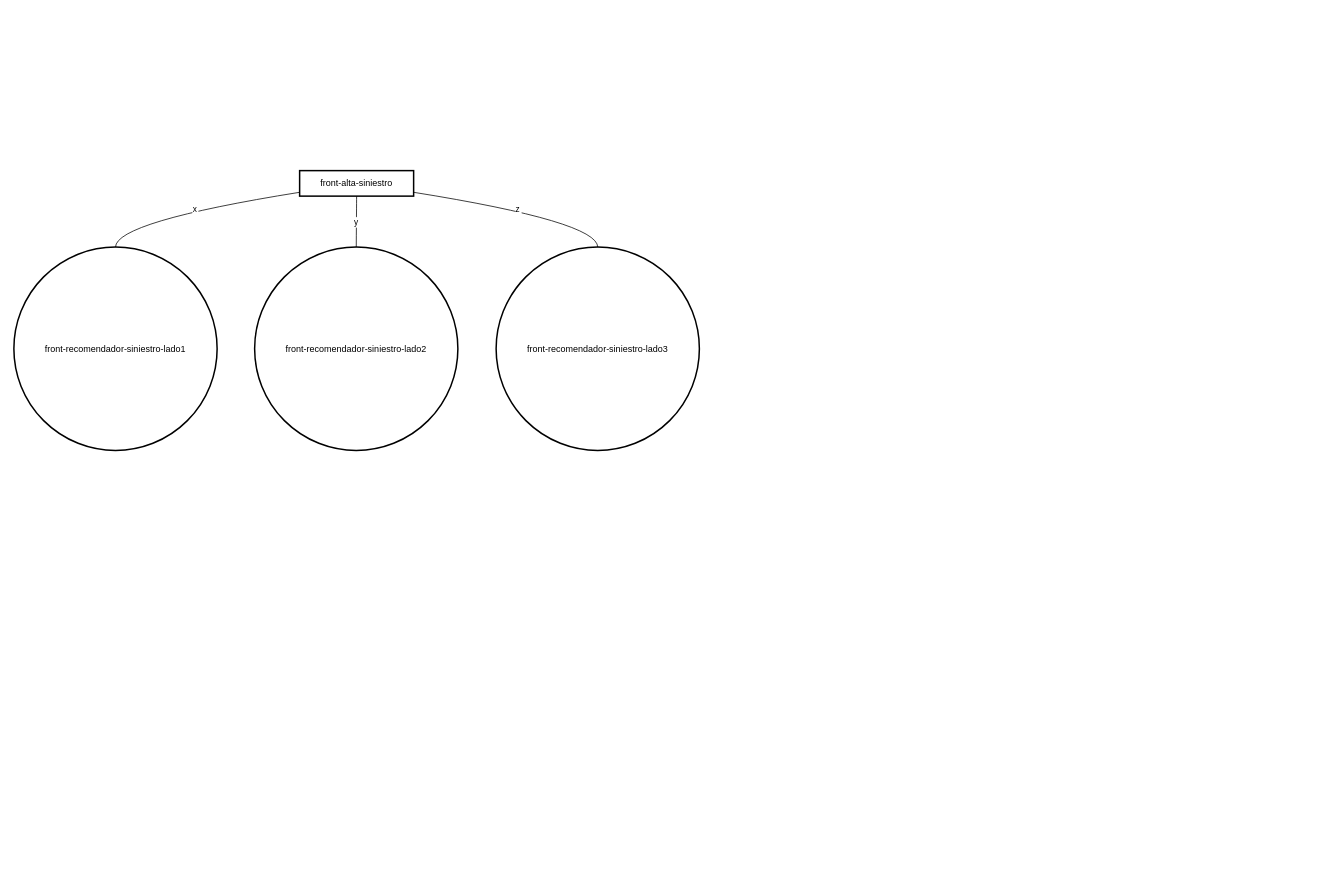
gcorroto/docs keeps this draw.io diagram as reco_logic.drawio. Above is the earlier version. Source tidied: cells renumbered, new cells numbered last; positions are measured from the earlier drawing's top-left corner, leaving out a move shared by most shapes. Both pictures are drawn from the tidied source at 75%, with x=0, y=0 at pixel (14, 170).
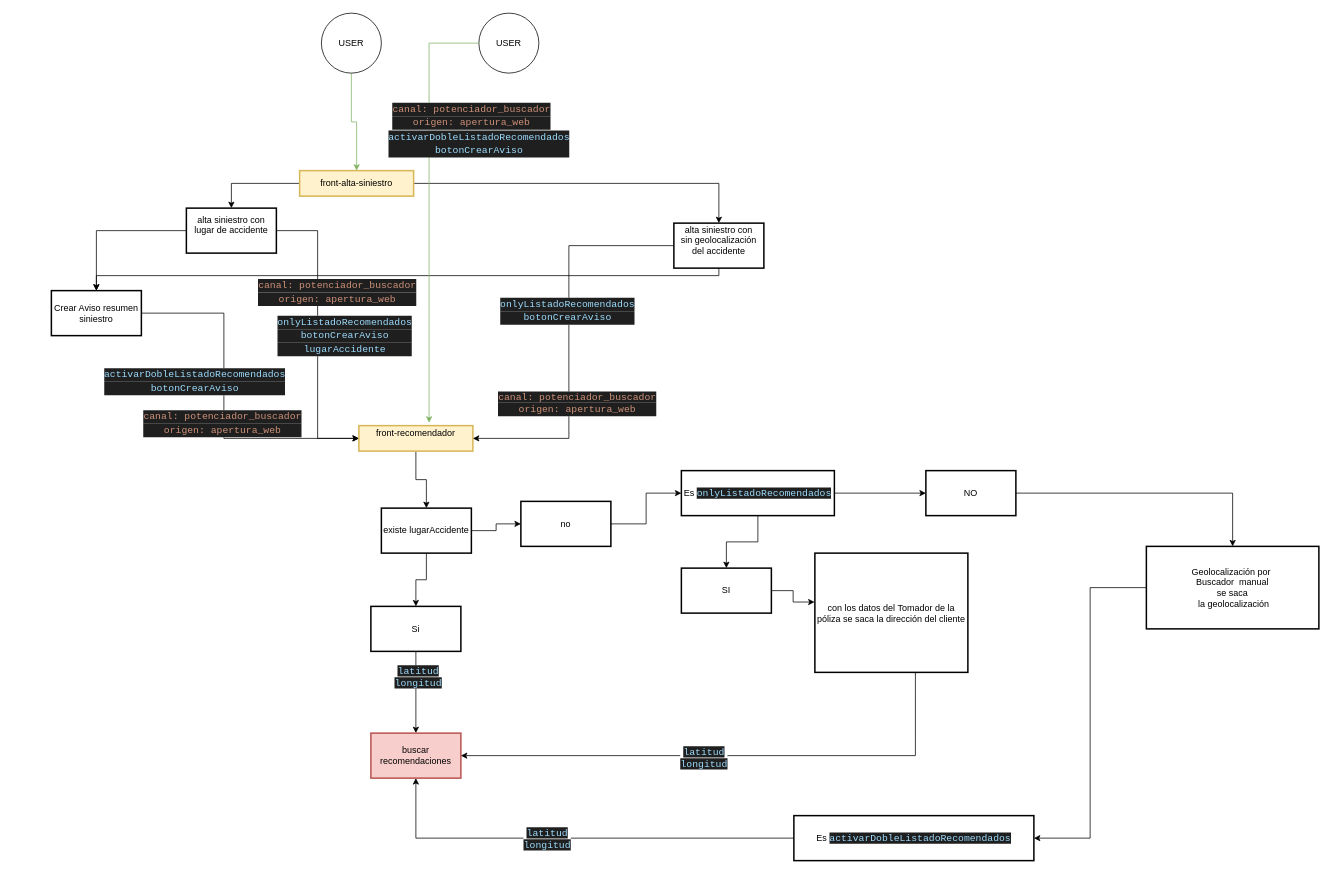
The same diagram, later.

Diff of the diagram source:
```diff
@@
+    <mxCell id="9" style="edgeStyle=orthogonalEdgeStyle;rounded=0;jettySize=auto;html=1;" parent="1" edge="1" source="2" target="17">
+      <mxGeometry relative="1" as="geometry" />
+    </mxCell>
+    <mxCell id="10" style="edgeStyle=orthogonalEdgeStyle;rounded=0;jettySize=auto;html=1;" parent="1" edge="1" source="2" target="23">
+      <mxGeometry relative="1" as="geometry" />
+    </mxCell>
-    <mxCell id="2" value="front-alta-siniestro" style="whiteSpace=wrap;strokeWidth=2;" parent="1" vertex="1">
+    <mxCell id="2" value="front-alta-siniestro" style="whiteSpace=wrap;strokeWidth=2;fillColor=#fff2cc;strokeColor=#d6b656;" parent="1" vertex="1">
       <mxGeometry x="381" width="152" height="34" as="geometry" />
     </mxCell>
-    <mxCell id="3" value="front-recomendador-siniestro-lado1" style="ellipse;strokeWidth=2;whiteSpace=wrap;" parent="1" vertex="1">
-      <mxGeometry y="102" width="271" height="271" as="geometry" />
-    </mxCell>
-    <mxCell id="4" value="front-recomendador-siniestro-lado2" style="ellipse;strokeWidth=2;whiteSpace=wrap;" parent="1" vertex="1">
-      <mxGeometry x="321" y="102" width="271" height="271" as="geometry" />
-    </mxCell>
-    <mxCell id="5" value="front-recomendador-siniestro-lado3" style="ellipse;strokeWidth=2;whiteSpace=wrap;" parent="1" vertex="1">
-      <mxGeometry x="643" y="102" width="271" height="271" as="geometry" />
-    </mxCell>
-    <mxCell id="6" value="x" style="curved=1;startArrow=none;endArrow=none;exitX=0;exitY=0.85;entryX=0.5;entryY=0;" parent="1" edge="1" source="2" target="3">
-      <mxGeometry relative="1" as="geometry">
-        <Array as="points">
-          <mxPoint x="136" y="68" />
-        </Array>
-      </mxGeometry>
-    </mxCell>
-    <mxCell id="7" value="y" style="curved=1;startArrow=none;endArrow=none;exitX=0.5;exitY=0.99;entryX=0.5;entryY=0;" parent="1" edge="1" source="2" target="4">
-      <mxGeometry relative="1" as="geometry" />
-    </mxCell>
-    <mxCell id="8" value="z" style="curved=1;startArrow=none;endArrow=none;exitX=1;exitY=0.85;entryX=0.5;entryY=0;" parent="1" edge="1" source="2" target="5">
-      <mxGeometry relative="1" as="geometry">
-        <Array as="points">
-          <mxPoint x="778" y="68" />
-        </Array>
-      </mxGeometry>
-    </mxCell>
+    <mxCell id="11" style="edgeStyle=orthogonalEdgeStyle;rounded=0;jettySize=auto;html=1;" parent="1" edge="1" source="12" target="31">
+      <mxGeometry relative="1" as="geometry" />
+    </mxCell>
+    <mxCell id="12" value="front-recomendador&#10;" style="whiteSpace=wrap;strokeWidth=2;fillColor=#fff2cc;strokeColor=#d6b656;" parent="1" vertex="1">
+      <mxGeometry x="460" y="340" width="152" height="34" as="geometry" />
+    </mxCell>
+    <mxCell id="13" style="edgeStyle=orthogonalEdgeStyle;rounded=0;jettySize=auto;html=1;entryX=0;entryY=0.5;entryDx=0;entryDy=0;" parent="1" edge="1" source="17" target="12">
+      <mxGeometry relative="1" as="geometry" />
+    </mxCell>
+    <mxCell id="14" value="&lt;div style=&quot;color: rgb(204, 204, 204); background-color: rgb(31, 31, 31); font-family: Consolas, &amp;quot;Courier New&amp;quot;, monospace; font-size: 13px; line-height: 18px; white-space-collapse: preserve;&quot;&gt;&lt;span style=&quot;color: #9cdcfe;&quot;&gt;onlyListadoRecomendados&lt;/span&gt;&lt;/div&gt;&lt;div style=&quot;color: rgb(204, 204, 204); background-color: rgb(31, 31, 31); font-family: Consolas, &amp;quot;Courier New&amp;quot;, monospace; font-size: 13px; line-height: 18px; white-space-collapse: preserve;&quot;&gt;&lt;span style=&quot;color: rgb(156, 220, 254);&quot;&gt;botonCrearAviso&lt;/span&gt;&lt;span style=&quot;color: #9cdcfe;&quot;&gt;&lt;br&gt;&lt;/span&gt;&lt;/div&gt;&lt;div style=&quot;color: rgb(204, 204, 204); background-color: rgb(31, 31, 31); font-family: Consolas, &amp;quot;Courier New&amp;quot;, monospace; font-size: 13px; line-height: 18px; white-space-collapse: preserve;&quot;&gt;&lt;span style=&quot;color: #9cdcfe;&quot;&gt;lugarAccidente&lt;/span&gt;&lt;/div&gt;" style="edgeLabel;html=1;align=center;verticalAlign=middle;" parent="13" vertex="1">
+      <mxGeometry x="-0.07" y="1" relative="1" as="geometry">
+        <mxPoint x="34" y="14" as="offset" />
+      </mxGeometry>
+    </mxCell>
+    <mxCell id="15" value="&lt;div style=&quot;color: rgb(204, 204, 204); background-color: rgb(31, 31, 31); font-family: Consolas, &amp;quot;Courier New&amp;quot;, monospace; font-size: 13px; line-height: 18px; white-space-collapse: preserve;&quot;&gt;&lt;span style=&quot;color: #ce9178;&quot;&gt;canal: potenciador_buscador&lt;/span&gt;&lt;/div&gt;&lt;div style=&quot;color: rgb(204, 204, 204); background-color: rgb(31, 31, 31); font-family: Consolas, &amp;quot;Courier New&amp;quot;, monospace; font-size: 13px; line-height: 18px; white-space-collapse: preserve;&quot;&gt;&lt;span style=&quot;color: #ce9178;&quot;&gt;origen: &lt;/span&gt;&lt;span style=&quot;color: rgb(206, 145, 120);&quot;&gt;apertura_web&lt;/span&gt;&lt;/div&gt;" style="edgeLabel;html=1;align=center;verticalAlign=middle;" parent="13" vertex="1">
+      <mxGeometry x="-0.55" y="3" relative="1" as="geometry">
+        <mxPoint x="22" y="49" as="offset" />
+      </mxGeometry>
+    </mxCell>
+    <mxCell id="16" style="edgeStyle=orthogonalEdgeStyle;rounded=0;jettySize=auto;html=1;" parent="1" edge="1" source="17" target="28">
+      <mxGeometry relative="1" as="geometry" />
+    </mxCell>
+    <mxCell id="17" value="alta siniestro con&lt;div&gt;lugar de accidente&lt;/div&gt;&lt;div&gt;&lt;br&gt;&lt;/div&gt;" style="whiteSpace=wrap;html=1;strokeWidth=2;" parent="1" vertex="1">
+      <mxGeometry x="230" y="50" width="120" height="60" as="geometry" />
+    </mxCell>
+    <mxCell id="18" style="edgeStyle=orthogonalEdgeStyle;rounded=0;jettySize=auto;html=1;entryX=1;entryY=0.5;entryDx=0;entryDy=0;" parent="1" edge="1" source="23" target="12">
+      <mxGeometry relative="1" as="geometry">
+        <Array as="points">
+          <mxPoint x="740" y="100" />
+          <mxPoint x="740" y="357" />
+        </Array>
+      </mxGeometry>
+    </mxCell>
+    <mxCell id="19" style="edgeLabel;html=1;align=center;verticalAlign=middle;" parent="18" vertex="1">
+      <mxGeometry x="-0.13" y="-2" relative="1" as="geometry" />
+    </mxCell>
+    <mxCell id="20" value="&lt;div style=&quot;white-space-collapse: preserve; color: rgb(204, 204, 204); background-color: rgb(31, 31, 31); font-family: Consolas, &amp;quot;Courier New&amp;quot;, monospace; font-size: 13px; line-height: 18px;&quot;&gt;&lt;span style=&quot;color: rgb(156, 220, 254);&quot;&gt;onlyListadoRecomendados&lt;/span&gt;&lt;/div&gt;&lt;div style=&quot;white-space-collapse: preserve; color: rgb(204, 204, 204); background-color: rgb(31, 31, 31); font-family: Consolas, &amp;quot;Courier New&amp;quot;, monospace; font-size: 13px; line-height: 18px;&quot;&gt;&lt;span style=&quot;color: rgb(156, 220, 254);&quot;&gt;botonCrearAviso&lt;/span&gt;&lt;span style=&quot;color: rgb(156, 220, 254);&quot;&gt;&lt;br&gt;&lt;/span&gt;&lt;/div&gt;" style="edgeLabel;html=1;align=center;verticalAlign=middle;" parent="18" vertex="1">
+      <mxGeometry x="-0.14" y="-3" relative="1" as="geometry" />
+    </mxCell>
+    <mxCell id="21" value="&lt;div&gt;&lt;span style=&quot;color: rgb(206, 145, 120); background-color: rgb(31, 31, 31); font-family: Consolas, &amp;quot;Courier New&amp;quot;, monospace; font-size: 13px; white-space-collapse: preserve;&quot;&gt;canal: potenciador_buscador&lt;/span&gt;&lt;br&gt;&lt;/div&gt;&lt;div&gt;&lt;div style=&quot;white-space-collapse: preserve; color: rgb(204, 204, 204); background-color: rgb(31, 31, 31); font-family: Consolas, &amp;quot;Courier New&amp;quot;, monospace; font-size: 13px; line-height: 18px;&quot;&gt;&lt;span style=&quot;color: rgb(206, 145, 120);&quot;&gt;origen: &lt;/span&gt;&lt;span style=&quot;color: rgb(206, 145, 120);&quot;&gt;apertura_web&lt;/span&gt;&lt;/div&gt;&lt;/div&gt;" style="edgeLabel;html=1;align=center;verticalAlign=middle;" parent="18" vertex="1">
+      <mxGeometry x="0.36" relative="1" as="geometry">
+        <mxPoint x="10" y="-7" as="offset" />
+      </mxGeometry>
+    </mxCell>
+    <mxCell id="22" style="edgeStyle=orthogonalEdgeStyle;rounded=0;jettySize=auto;html=1;" parent="1" edge="1" source="23" target="28">
+      <mxGeometry relative="1" as="geometry">
+        <Array as="points">
+          <mxPoint x="940" y="140" />
+          <mxPoint x="110" y="140" />
+        </Array>
+      </mxGeometry>
+    </mxCell>
+    <mxCell id="23" value="alta siniestro con&lt;div&gt;sin geolocalización del accidente&lt;/div&gt;&lt;div&gt;&lt;br&gt;&lt;/div&gt;" style="whiteSpace=wrap;html=1;strokeWidth=2;" parent="1" vertex="1">
+      <mxGeometry x="880" y="70" width="120" height="60" as="geometry" />
+    </mxCell>
+    <mxCell id="24" style="edgeStyle=orthogonalEdgeStyle;rounded=0;jettySize=auto;html=1;entryX=0;entryY=0.5;entryDx=0;entryDy=0;" parent="1" edge="1" source="28" target="12">
+      <mxGeometry relative="1" as="geometry">
+        <Array as="points">
+          <mxPoint x="280" y="190" />
+          <mxPoint x="280" y="357" />
+        </Array>
+      </mxGeometry>
+    </mxCell>
+    <mxCell id="25" value="&lt;div style=&quot;white-space-collapse: preserve; color: rgb(204, 204, 204); background-color: rgb(31, 31, 31); font-family: Consolas, &amp;quot;Courier New&amp;quot;, monospace; font-size: 13px; line-height: 18px;&quot;&gt;&lt;span style=&quot;color: rgb(156, 220, 254);&quot;&gt;activarDobleListadoRecomendados&lt;/span&gt;&lt;/div&gt;&lt;div style=&quot;white-space-collapse: preserve; color: rgb(204, 204, 204); background-color: rgb(31, 31, 31); font-family: Consolas, &amp;quot;Courier New&amp;quot;, monospace; font-size: 13px; line-height: 18px;&quot;&gt;&lt;div style=&quot;line-height: 18px;&quot;&gt;&lt;span style=&quot;color: rgb(156, 220, 254);&quot;&gt;botonCrearAviso&lt;/span&gt;&lt;/div&gt;&lt;/div&gt;" style="edgeLabel;html=1;align=center;verticalAlign=middle;" parent="24" vertex="1">
+      <mxGeometry x="-0.02" y="-1" relative="1" as="geometry">
+        <mxPoint x="-39" y="-24" as="offset" />
+      </mxGeometry>
+    </mxCell>
+    <mxCell id="26" style="edgeLabel;html=1;align=center;verticalAlign=middle;" parent="24" vertex="1">
+      <mxGeometry x="0.01" y="2" relative="1" as="geometry" />
+    </mxCell>
+    <mxCell id="27" value="&lt;div style=&quot;white-space-collapse: preserve; color: rgb(204, 204, 204); background-color: rgb(31, 31, 31); font-family: Consolas, &amp;quot;Courier New&amp;quot;, monospace; font-size: 13px; line-height: 18px;&quot;&gt;&lt;span style=&quot;color: rgb(206, 145, 120);&quot;&gt;canal: potenciador_buscador&lt;/span&gt;&lt;/div&gt;&lt;div style=&quot;white-space-collapse: preserve; color: rgb(204, 204, 204); background-color: rgb(31, 31, 31); font-family: Consolas, &amp;quot;Courier New&amp;quot;, monospace; font-size: 13px; line-height: 18px;&quot;&gt;&lt;span style=&quot;color: rgb(206, 145, 120);&quot;&gt;origen: &lt;/span&gt;&lt;span style=&quot;color: rgb(206, 145, 120);&quot;&gt;apertura_web&lt;/span&gt;&lt;/div&gt;" style="edgeLabel;html=1;align=center;verticalAlign=middle;" parent="24" vertex="1">
+      <mxGeometry x="0.12" y="-3" relative="1" as="geometry" />
+    </mxCell>
+    <mxCell id="28" value="Crear Aviso resumen siniestro" style="whiteSpace=wrap;html=1;strokeWidth=2;" parent="1" vertex="1">
+      <mxGeometry x="50" y="160" width="120" height="60" as="geometry" />
+    </mxCell>
+    <mxCell id="29" style="edgeStyle=orthogonalEdgeStyle;rounded=0;jettySize=auto;html=1;" parent="1" edge="1" source="31" target="34">
+      <mxGeometry relative="1" as="geometry" />
+    </mxCell>
+    <mxCell id="30" style="edgeStyle=orthogonalEdgeStyle;rounded=0;jettySize=auto;html=1;" parent="1" edge="1" source="31" target="36">
+      <mxGeometry relative="1" as="geometry" />
+    </mxCell>
+    <mxCell id="31" value="existe lugarAccidente" style="whiteSpace=wrap;html=1;strokeWidth=2;" parent="1" vertex="1">
+      <mxGeometry x="490" y="450" width="120" height="60" as="geometry" />
+    </mxCell>
+    <mxCell id="32" style="edgeStyle=orthogonalEdgeStyle;rounded=0;jettySize=auto;html=1;" parent="1" edge="1" source="34" target="38">
+      <mxGeometry relative="1" as="geometry" />
+    </mxCell>
+    <mxCell id="33" value="&lt;span style=&quot;color: rgb(156, 220, 254); font-family: Consolas, &amp;quot;Courier New&amp;quot;, monospace; font-size: 13px; white-space-collapse: preserve; background-color: rgb(31, 31, 31);&quot;&gt;latitud&lt;/span&gt;&lt;div&gt;&lt;span style=&quot;color: rgb(156, 220, 254); font-family: Consolas, &amp;quot;Courier New&amp;quot;, monospace; font-size: 13px; white-space-collapse: preserve; background-color: rgb(31, 31, 31);&quot;&gt;longitud&lt;/span&gt;&lt;/div&gt;" style="edgeLabel;html=1;align=center;verticalAlign=middle;" parent="32" vertex="1">
+      <mxGeometry x="-0.39" y="2" relative="1" as="geometry" />
+    </mxCell>
+    <mxCell id="34" value="Si" style="whiteSpace=wrap;html=1;strokeWidth=2;" parent="1" vertex="1">
+      <mxGeometry x="476" y="581" width="120" height="60" as="geometry" />
+    </mxCell>
+    <mxCell id="35" style="edgeStyle=orthogonalEdgeStyle;rounded=0;jettySize=auto;html=1;" parent="1" edge="1" source="36" target="49">
+      <mxGeometry relative="1" as="geometry" />
+    </mxCell>
+    <mxCell id="36" value="no" style="whiteSpace=wrap;html=1;strokeWidth=2;" parent="1" vertex="1">
+      <mxGeometry x="676" y="441" width="120" height="60" as="geometry" />
+    </mxCell>
+    <mxCell id="37" value="con los datos del Tomador de la póliza se saca la dirección del cliente" style="whiteSpace=wrap;html=1;strokeWidth=2;" parent="1" vertex="1">
+      <mxGeometry x="1068" y="510" width="204" height="159" as="geometry" />
+    </mxCell>
+    <mxCell id="38" value="buscar recomendaciones" style="whiteSpace=wrap;html=1;strokeWidth=2;fillColor=#f8cecc;strokeColor=#b85450;" parent="1" vertex="1">
+      <mxGeometry x="476" y="750" width="120" height="60" as="geometry" />
+    </mxCell>
+    <mxCell id="39" style="edgeStyle=orthogonalEdgeStyle;rounded=0;jettySize=auto;html=1;entryX=0.657;entryY=1;entryDx=0;entryDy=0;entryPerimeter=0;endArrow=none;endFill=0;startArrow=classic;startFill=1;" parent="1" edge="1" source="38" target="37">
+      <mxGeometry relative="1" as="geometry" />
+    </mxCell>
+    <mxCell id="40" value="&lt;span style=&quot;white-space-collapse: preserve; color: rgb(156, 220, 254); font-family: Consolas, &amp;quot;Courier New&amp;quot;, monospace; font-size: 13px; background-color: rgb(31, 31, 31);&quot;&gt;latitud&lt;/span&gt;&lt;div&gt;&lt;span style=&quot;color: rgb(156, 220, 254); font-family: Consolas, &amp;quot;Courier New&amp;quot;, monospace; font-size: 13px; white-space-collapse: preserve; background-color: rgb(31, 31, 31);&quot;&gt;longitud&lt;/span&gt;&lt;/div&gt;" style="edgeLabel;html=1;align=center;verticalAlign=middle;" parent="39" vertex="1">
+      <mxGeometry x="-0.1" y="-2" relative="1" as="geometry" />
+    </mxCell>
+    <mxCell id="41" style="edgeStyle=orthogonalEdgeStyle;rounded=0;jettySize=auto;html=1;entryX=0.5;entryY=0;entryDx=0;entryDy=0;fillColor=#d5e8d4;strokeColor=#82b366;" parent="1" edge="1" source="42" target="2">
+      <mxGeometry relative="1" as="geometry" />
+    </mxCell>
+    <mxCell id="42" value="USER" style="ellipse;whiteSpace=wrap;html=1;" parent="1" vertex="1">
+      <mxGeometry x="410" y="-210" width="80" height="80" as="geometry" />
+    </mxCell>
+    <mxCell id="43" value="USER" style="ellipse;whiteSpace=wrap;html=1;" parent="1" vertex="1">
+      <mxGeometry x="620" y="-210" width="80" height="80" as="geometry" />
+    </mxCell>
+    <mxCell id="44" style="edgeStyle=orthogonalEdgeStyle;rounded=0;jettySize=auto;html=1;entryX=0.616;entryY=-0.114;entryDx=0;entryDy=0;entryPerimeter=0;fillColor=#d5e8d4;strokeColor=#82b366;" parent="1" edge="1" source="43" target="12">
+      <mxGeometry relative="1" as="geometry">
+        <Array as="points">
+          <mxPoint x="554" y="-170" />
+        </Array>
+      </mxGeometry>
+    </mxCell>
+    <mxCell id="45" value="&lt;div style=&quot;white-space-collapse: preserve; color: rgb(204, 204, 204); background-color: rgb(31, 31, 31); font-family: Consolas, &amp;quot;Courier New&amp;quot;, monospace; font-size: 13px; line-height: 18px;&quot;&gt;&lt;span style=&quot;color: rgb(206, 145, 120);&quot;&gt;canal: potenciador_buscador&lt;/span&gt;&lt;/div&gt;&lt;div style=&quot;white-space-collapse: preserve; color: rgb(204, 204, 204); background-color: rgb(31, 31, 31); font-family: Consolas, &amp;quot;Courier New&amp;quot;, monospace; font-size: 13px; line-height: 18px;&quot;&gt;&lt;span style=&quot;color: rgb(206, 145, 120);&quot;&gt;origen: &lt;/span&gt;&lt;span style=&quot;color: rgb(206, 145, 120);&quot;&gt;apertura_web&lt;/span&gt;&lt;/div&gt;" style="edgeLabel;html=1;align=center;verticalAlign=middle;" parent="44" vertex="1">
+      <mxGeometry x="-0.43" y="3" relative="1" as="geometry">
+        <mxPoint x="53" as="offset" />
+      </mxGeometry>
+    </mxCell>
+    <mxCell id="46" value="&lt;div style=&quot;white-space-collapse: preserve; color: rgb(204, 204, 204); background-color: rgb(31, 31, 31); font-family: Consolas, &amp;quot;Courier New&amp;quot;, monospace; font-size: 13px; line-height: 18px;&quot;&gt;&lt;span style=&quot;color: rgb(156, 220, 254);&quot;&gt;activarDobleListadoRecomendados&lt;/span&gt;&lt;/div&gt;&lt;div style=&quot;white-space-collapse: preserve; color: rgb(204, 204, 204); background-color: rgb(31, 31, 31); font-family: Consolas, &amp;quot;Courier New&amp;quot;, monospace; font-size: 13px; line-height: 18px;&quot;&gt;&lt;div style=&quot;line-height: 18px;&quot;&gt;&lt;span style=&quot;color: rgb(156, 220, 254);&quot;&gt;botonCrearAviso&lt;/span&gt;&lt;/div&gt;&lt;/div&gt;" style="edgeLabel;html=1;align=center;verticalAlign=middle;" parent="44" vertex="1">
+      <mxGeometry x="-0.3" y="-4" relative="1" as="geometry">
+        <mxPoint x="70" as="offset" />
+      </mxGeometry>
+    </mxCell>
+    <mxCell id="47" style="edgeStyle=orthogonalEdgeStyle;rounded=0;jettySize=auto;html=1;" parent="1" edge="1" source="49" target="50">
+      <mxGeometry relative="1" as="geometry" />
+    </mxCell>
+    <mxCell id="48" style="edgeStyle=orthogonalEdgeStyle;rounded=0;jettySize=auto;html=1;" parent="1" edge="1" source="49" target="53">
+      <mxGeometry relative="1" as="geometry" />
+    </mxCell>
+    <mxCell id="49" value="Es&amp;nbsp;&lt;span style=&quot;color: rgb(156, 220, 254); font-family: Consolas, &amp;quot;Courier New&amp;quot;, monospace; font-size: 13px; white-space: pre; background-color: rgb(31, 31, 31);&quot;&gt;onlyListadoRecomendados&lt;/span&gt;" style="whiteSpace=wrap;html=1;strokeWidth=2;" parent="1" vertex="1">
+      <mxGeometry x="890" y="400" width="204" height="60" as="geometry" />
+    </mxCell>
+    <mxCell id="50" value="SI" style="whiteSpace=wrap;html=1;strokeWidth=2;" parent="1" vertex="1">
+      <mxGeometry x="890" y="530" width="120" height="60" as="geometry" />
+    </mxCell>
+    <mxCell id="51" style="edgeStyle=orthogonalEdgeStyle;rounded=0;jettySize=auto;html=1;entryX=-0.002;entryY=0.41;entryDx=0;entryDy=0;entryPerimeter=0;" parent="1" edge="1" source="50" target="37">
+      <mxGeometry relative="1" as="geometry" />
+    </mxCell>
+    <mxCell id="52" style="edgeStyle=orthogonalEdgeStyle;rounded=0;jettySize=auto;html=1;" parent="1" edge="1" source="53" target="55">
+      <mxGeometry relative="1" as="geometry" />
+    </mxCell>
+    <mxCell id="53" value="NO" style="whiteSpace=wrap;html=1;strokeWidth=2;" parent="1" vertex="1">
+      <mxGeometry x="1216" y="400" width="120" height="60" as="geometry" />
+    </mxCell>
+    <mxCell id="54" style="edgeStyle=orthogonalEdgeStyle;rounded=0;jettySize=auto;html=1;entryX=1;entryY=0.5;entryDx=0;entryDy=0;" parent="1" edge="1" source="55" target="58">
+      <mxGeometry relative="1" as="geometry" />
+    </mxCell>
+    <mxCell id="55" value="Geolocalización por&amp;nbsp;&lt;div&gt;Buscador&amp;nbsp; manual&lt;/div&gt;&lt;div&gt;se saca&lt;/div&gt;&lt;div&gt;&amp;nbsp;la geolocalización&lt;/div&gt;" style="whiteSpace=wrap;html=1;strokeWidth=2;" parent="1" vertex="1">
+      <mxGeometry x="1510" y="501" width="230" height="110" as="geometry" />
+    </mxCell>
+    <mxCell id="56" style="edgeStyle=orthogonalEdgeStyle;rounded=0;jettySize=auto;html=1;entryX=0.5;entryY=1;entryDx=0;entryDy=0;" parent="1" edge="1" source="58" target="38">
+      <mxGeometry relative="1" as="geometry" />
+    </mxCell>
+    <mxCell id="57" value="&lt;span style=&quot;white-space-collapse: preserve; color: rgb(156, 220, 254); font-family: Consolas, &amp;quot;Courier New&amp;quot;, monospace; font-size: 13px; background-color: rgb(31, 31, 31);&quot;&gt;latitud&lt;/span&gt;&lt;div&gt;&lt;span style=&quot;color: rgb(156, 220, 254); font-family: Consolas, &amp;quot;Courier New&amp;quot;, monospace; font-size: 13px; white-space-collapse: preserve; background-color: rgb(31, 31, 31);&quot;&gt;longitud&lt;/span&gt;&lt;/div&gt;" style="edgeLabel;html=1;align=center;verticalAlign=middle;" parent="56" vertex="1">
+      <mxGeometry x="0.13" relative="1" as="geometry" />
+    </mxCell>
+    <mxCell id="58" value="Es&amp;nbsp;&lt;span style=&quot;color: rgb(156, 220, 254); font-family: Consolas, &amp;quot;Courier New&amp;quot;, monospace; font-size: 13px; white-space: pre; background-color: rgb(31, 31, 31);&quot;&gt;activarDobleListadoRecomendados&lt;/span&gt;" style="whiteSpace=wrap;html=1;strokeWidth=2;" parent="1" vertex="1">
+      <mxGeometry x="1040" y="860" width="320" height="60" as="geometry" />
+    </mxCell>
```
